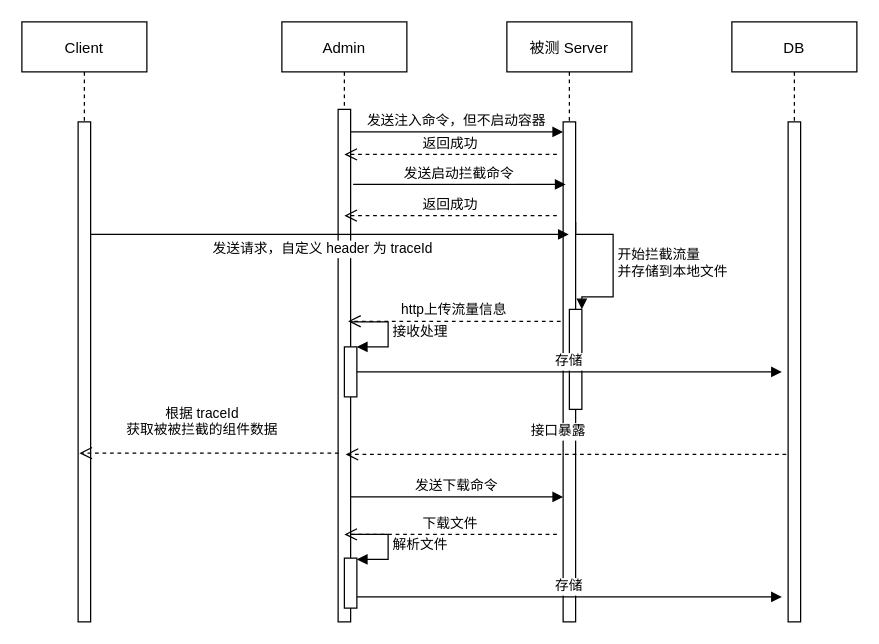
This is cdn/组件数据校验.drawio from ganziwen/diagrams, a draw.io file, before an edit. Source tidied: cells renumbered, new cells numbered last; positions are measured from the earlier drawing's top-left corner, leaving out a move shared by most shapes. Both pictures are drawn from the tidied source at 125%, with x=0, y=0 at pixel (21, 21).
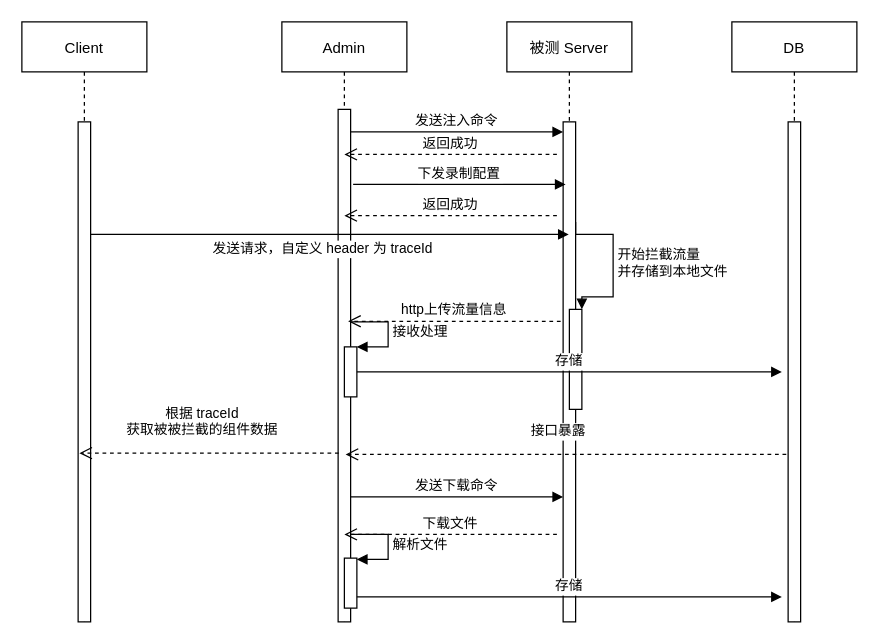
The same diagram, later.

Commit message:
更新组件数据校验.drawio

Change to the diagram source:
```diff
@@
-    <mxCell id="13" value="发送注入命令，但不启动容器" style="verticalAlign=bottom;endArrow=block;entryX=0;entryY=0;shadow=0;strokeWidth=1;" parent="1" edge="1">
+    <mxCell id="13" value="发送注入命令" style="verticalAlign=bottom;endArrow=block;entryX=0;entryY=0;shadow=0;strokeWidth=1;" parent="1" edge="1">
       <mxGeometry relative="1" as="geometry">
         <mxPoint x="263" y="88" as="sourcePoint" />
         <mxPoint x="433" y="88" as="targetPoint" />
       </mxGeometry>
     </mxCell>
@@
-    <mxCell id="17" value="发送启动拦截命令" style="verticalAlign=bottom;endArrow=block;entryX=0;entryY=0;shadow=0;strokeWidth=1;" parent="1" edge="1">
+    <mxCell id="17" value="下发录制配置" style="verticalAlign=bottom;endArrow=block;entryX=0;entryY=0;shadow=0;strokeWidth=1;" parent="1" edge="1">
       <mxGeometry relative="1" as="geometry">
         <mxPoint x="265" y="130" as="sourcePoint" />
         <mxPoint x="435" y="130" as="targetPoint" />
       </mxGeometry>
     </mxCell>
```
